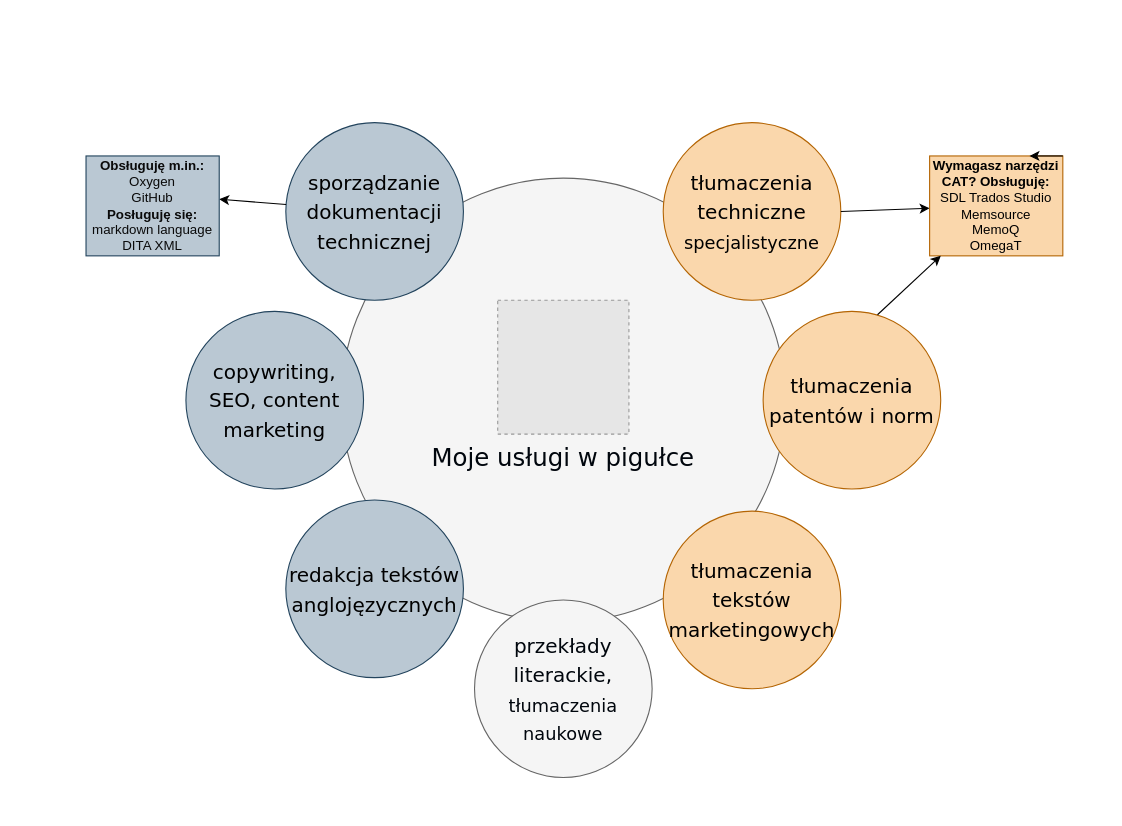
The draw.io diagram Diagram bez tytułu.drawio in AleksandraRadlak/my_wiki, before the edit. Source tidied: cells renumbered, new cells numbered last; positions are measured from the earlier drawing's top-left corner, leaving out a move shared by most shapes. Both pictures are drawn from the tidied source at 111%, with x=0, y=0 at pixel (85, 122). Pictures stored in the file or linked from it are replaced by grey dashed boxes.
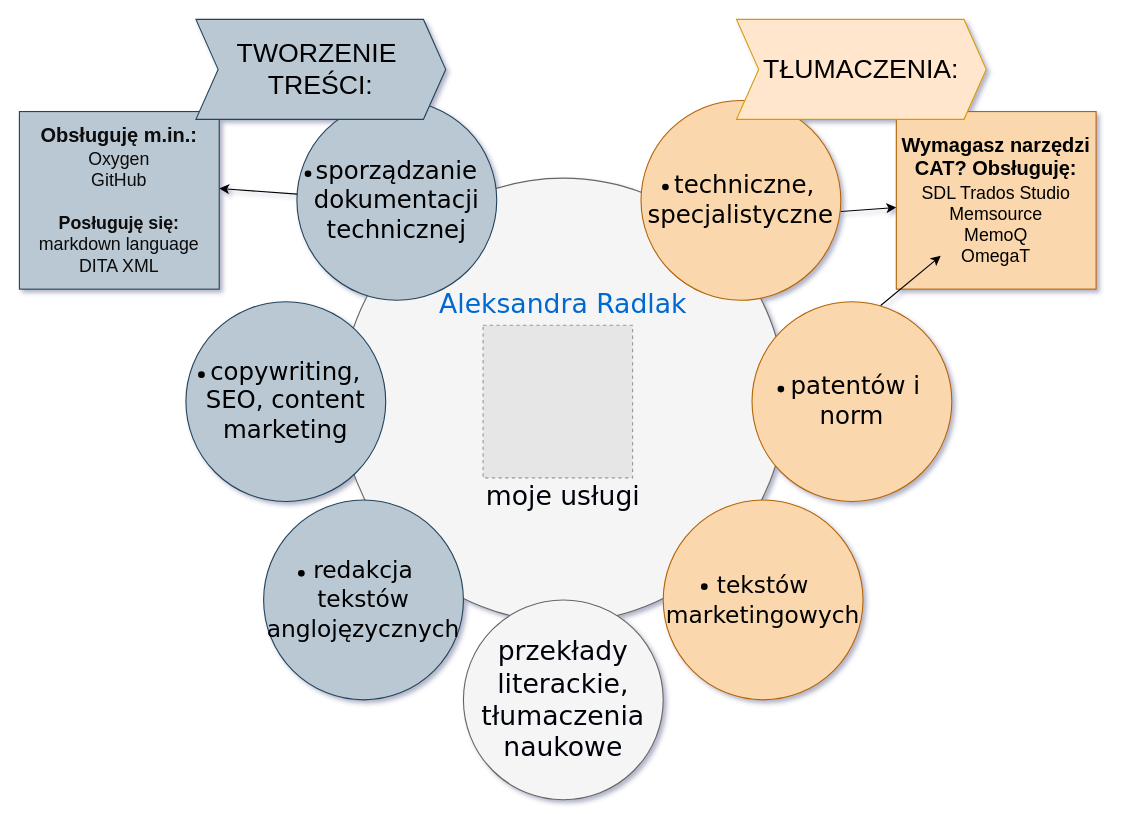
The same page after the edit.

What changed in the source:
```diff
@@
-<mxGraphModel>
+<mxGraphModel background="#FFFFFF" shadow="1">
@@
-    <mxCell id="2" value="&lt;div&gt;&lt;br&gt;&lt;/div&gt;&lt;div&gt;&lt;br&gt;&lt;/div&gt;&lt;div&gt;&lt;br&gt;&lt;/div&gt;&lt;div&gt;&lt;br&gt;&lt;/div&gt;&lt;div&gt;&lt;font color=&quot;#00060d&quot;&gt;Moje usługi w pigułce&lt;br&gt;&lt;/font&gt;&lt;/div&gt;" style="ellipse;whiteSpace=wrap;html=1;rounded=0;shadow=0;dashed=0;comic=0;fontFamily=Verdana;fontSize=22;fontColor=#0069D1;fillColor=#f5f5f5;strokeColor=#666666;" parent="1" vertex="1">
+    <mxCell id="2" value="&lt;div style=&quot;font-size: 24px;&quot;&gt;&lt;font style=&quot;font-size: 24px;&quot;&gt;Aleksandra Radlak&lt;br&gt;&lt;/font&gt;&lt;/div&gt;&lt;div style=&quot;font-size: 24px;&quot;&gt;&lt;font style=&quot;font-size: 24px;&quot; color=&quot;#00060d&quot;&gt;&lt;br&gt;&lt;/font&gt;&lt;/div&gt;&lt;div style=&quot;font-size: 24px;&quot;&gt;&lt;font style=&quot;font-size: 24px;&quot; color=&quot;#00060d&quot;&gt;&lt;br&gt;&lt;/font&gt;&lt;/div&gt;&lt;div style=&quot;font-size: 24px;&quot;&gt;&lt;font style=&quot;font-size: 24px;&quot; color=&quot;#00060d&quot;&gt;&lt;br&gt;&lt;/font&gt;&lt;/div&gt;&lt;div style=&quot;font-size: 24px;&quot;&gt;&lt;font style=&quot;font-size: 24px;&quot; color=&quot;#00060d&quot;&gt;&lt;br&gt;&lt;/font&gt;&lt;/div&gt;&lt;div style=&quot;font-size: 24px;&quot;&gt;&lt;font style=&quot;font-size: 24px;&quot; color=&quot;#00060d&quot;&gt;&lt;br&gt;&lt;/font&gt;&lt;/div&gt;&lt;div style=&quot;font-size: 24px;&quot;&gt;&lt;font style=&quot;font-size: 24px;&quot; color=&quot;#00060d&quot;&gt;moje usługi &lt;br&gt;&lt;/font&gt;&lt;/div&gt;" style="ellipse;whiteSpace=wrap;html=1;rounded=0;shadow=0;dashed=0;comic=0;fontFamily=Verdana;fontSize=22;fontColor=#0069D1;fillColor=#f5f5f5;strokeColor=#666666;" parent="1" vertex="1">
       <mxGeometry x="230" y="50" width="400" height="400" as="geometry" />
     </mxCell>
-    <mxCell id="3" value="&lt;div&gt;&lt;font style=&quot;font-size: 18px;&quot; color=&quot;#00060d&quot;&gt;przekłady literackie,&lt;/font&gt;&lt;/div&gt;&lt;div&gt;&lt;font size=&quot;3&quot; color=&quot;#00060d&quot;&gt;tłumaczenia naukowe&lt;br&gt;&lt;/font&gt;&lt;/div&gt;" style="ellipse;whiteSpace=wrap;html=1;rounded=0;shadow=0;dashed=0;comic=0;fontFamily=Verdana;fontSize=22;fontColor=#0069D1;fillColor=#f5f5f5;strokeColor=#666666;" parent="1" vertex="1">
-      <mxGeometry x="350" y="430" width="160" height="160" as="geometry" />
+    <mxCell id="3" value="&lt;div style=&quot;font-size: 24px;&quot;&gt;&lt;font style=&quot;font-size: 24px;&quot; color=&quot;#00060d&quot;&gt;przekłady literackie,&lt;/font&gt;&lt;/div&gt;&lt;div style=&quot;font-size: 24px;&quot;&gt;&lt;font style=&quot;font-size: 24px;&quot; color=&quot;#00060d&quot;&gt;tłumaczenia naukowe&lt;br&gt;&lt;/font&gt;&lt;/div&gt;" style="ellipse;whiteSpace=wrap;html=1;rounded=0;shadow=0;dashed=0;comic=0;fontFamily=Verdana;fontSize=22;fontColor=#0069D1;fillColor=#f5f5f5;strokeColor=#666666;" parent="1" vertex="1">
+      <mxGeometry x="340" y="430" width="180" height="180" as="geometry" />
     </mxCell>
-    <mxCell id="4" value="&lt;font style=&quot;font-size: 18px;&quot;&gt;tłumaczenia patentów i norm&lt;br&gt;&lt;/font&gt;" style="ellipse;whiteSpace=wrap;html=1;rounded=0;shadow=0;dashed=0;comic=0;fontFamily=Verdana;fontSize=22;fillColor=#fad7ac;strokeColor=#b46504;" parent="1" vertex="1">
-      <mxGeometry x="610" y="170" width="160" height="160" as="geometry" />
+    <mxCell id="4" value="&lt;font style=&quot;font-size: 22px;&quot;&gt;&amp;nbsp;patentów i norm&lt;br&gt;&lt;/font&gt;" style="ellipse;whiteSpace=wrap;html=1;rounded=0;shadow=0;dashed=0;comic=0;fontFamily=Verdana;fontSize=22;fillColor=#fad7ac;strokeColor=#b46504;" parent="1" vertex="1">
+      <mxGeometry x="600" y="161.3" width="180" height="180" as="geometry" />
     </mxCell>
-    <mxCell id="5" value="&lt;font style=&quot;font-size: 18px;&quot;&gt;copywriting, SEO, content marketing&lt;br&gt;&lt;/font&gt;" style="ellipse;whiteSpace=wrap;html=1;rounded=0;shadow=0;dashed=0;comic=0;fontFamily=Verdana;fontSize=22;fillColor=#bac8d3;strokeColor=#23445d;" parent="1" vertex="1">
-      <mxGeometry x="90" y="170" width="160" height="160" as="geometry" />
+    <mxCell id="5" value="&lt;font style=&quot;font-size: 22px;&quot;&gt;copywriting, SEO, content marketing&lt;br&gt;&lt;/font&gt;" style="ellipse;whiteSpace=wrap;html=1;rounded=0;shadow=0;dashed=0;comic=0;fontFamily=Verdana;fontSize=22;fillColor=#bac8d3;strokeColor=#23445d;" parent="1" vertex="1">
+      <mxGeometry x="90" y="161.3" width="180" height="180" as="geometry" />
     </mxCell>
-    <mxCell id="6" value="&lt;div&gt;&lt;font style=&quot;font-size: 18px;&quot;&gt;&lt;br&gt;&lt;/font&gt;&lt;/div&gt;&lt;div&gt;&lt;font style=&quot;font-size: 18px;&quot;&gt;sporządzanie dokumentacji techniczn&lt;/font&gt;&lt;font style=&quot;font-size: 18px;&quot;&gt;ej&lt;/font&gt;&lt;/div&gt;&lt;div&gt;&lt;br&gt;&lt;/div&gt;" style="ellipse;whiteSpace=wrap;html=1;rounded=0;shadow=0;dashed=0;comic=0;fontFamily=Verdana;fontSize=22;fillColor=#bac8d3;strokeColor=#23445d;" parent="1" vertex="1">
-      <mxGeometry x="180" width="160" height="160" as="geometry" />
+    <mxCell id="6" value="&lt;div style=&quot;&quot;&gt;&lt;font style=&quot;font-size: 22px;&quot;&gt;&lt;br&gt;&lt;/font&gt;&lt;/div&gt;&lt;div&gt;&lt;font style=&quot;font-size: 22px;&quot;&gt;sporządzanie dokumentacji techniczn&lt;font style=&quot;font-size: 22px;&quot;&gt;ej&lt;/font&gt;&lt;/font&gt;&lt;/div&gt;&lt;div style=&quot;&quot;&gt;&lt;font style=&quot;font-size: 22px;&quot;&gt;&lt;br&gt;&lt;/font&gt;&lt;/div&gt;" style="ellipse;whiteSpace=wrap;html=1;rounded=0;shadow=0;dashed=0;comic=0;fontFamily=Verdana;fontSize=22;fillColor=#bac8d3;strokeColor=#23445d;" parent="1" vertex="1">
+      <mxGeometry x="190" y="-20" width="180" height="180" as="geometry" />
     </mxCell>
-    <mxCell id="7" value="&lt;div&gt;&lt;font face=&quot;Verdana&quot; style=&quot;font-size: 18px;&quot;&gt;tłumaczenia &lt;/font&gt;&lt;font face=&quot;3_kRnwSZ05rTefSs1a9Z&quot; style=&quot;font-size: 18px;&quot;&gt;techniczne&lt;/font&gt;&lt;/div&gt;&lt;div&gt;&lt;font face=&quot;3_kRnwSZ05rTefSs1a9Z&quot; size=&quot;3&quot;&gt;specjalistyczne&lt;br&gt;&lt;/font&gt;&lt;/div&gt;" style="ellipse;whiteSpace=wrap;html=1;rounded=0;shadow=0;dashed=0;comic=0;fontFamily=Verdana;fontSize=22;fillColor=#fad7ac;strokeColor=#b46504;" parent="1" vertex="1">
-      <mxGeometry x="520" width="160" height="160" as="geometry" />
+    <mxCell id="7" value="&lt;div style=&quot;&quot;&gt;&lt;font style=&quot;font-size: 22px;&quot; face=&quot;Verdana&quot;&gt;&amp;nbsp;&lt;/font&gt;&lt;font style=&quot;font-size: 22px;&quot; face=&quot;3_kRnwSZ05rTefSs1a9Z&quot;&gt;techniczne,&lt;/font&gt;&lt;/div&gt;&lt;div style=&quot;&quot;&gt;&lt;font style=&quot;font-size: 22px;&quot; face=&quot;3_kRnwSZ05rTefSs1a9Z&quot;&gt;specjalistyczne&lt;br&gt;&lt;/font&gt;&lt;/div&gt;" style="ellipse;whiteSpace=wrap;html=1;rounded=0;shadow=0;dashed=0;comic=0;fontFamily=Verdana;fontSize=22;fillColor=#fad7ac;strokeColor=#b46504;" parent="1" vertex="1">
+      <mxGeometry x="500" y="-20" width="180" height="180" as="geometry" />
     </mxCell>
-    <mxCell id="8" value="&lt;font style=&quot;font-size: 18px;&quot;&gt;tłumaczenia tekstów marketingowych&lt;br&gt;&lt;/font&gt;" style="ellipse;whiteSpace=wrap;html=1;rounded=0;shadow=0;dashed=0;comic=0;fontFamily=Verdana;fontSize=22;fillColor=#fad7ac;strokeColor=#b46504;" parent="1" vertex="1">
-      <mxGeometry x="520" y="350" width="160" height="160" as="geometry" />
+    <mxCell id="8" value="&lt;font style=&quot;font-size: 21px;&quot;&gt;tekstów marketingowych&lt;br&gt;&lt;/font&gt;" style="ellipse;whiteSpace=wrap;html=1;rounded=0;shadow=0;dashed=0;comic=0;fontFamily=Verdana;fontSize=22;fillColor=#fad7ac;strokeColor=#b46504;" parent="1" vertex="1">
+      <mxGeometry x="520" y="340" width="180" height="180" as="geometry" />
     </mxCell>
-    <mxCell id="9" value="&lt;font style=&quot;font-size: 12px;&quot;&gt;&lt;font style=&quot;font-size: 18px;&quot;&gt;redakcja tekstów anglojęzycznych&lt;/font&gt;&lt;br&gt;&lt;/font&gt;" style="ellipse;whiteSpace=wrap;html=1;rounded=0;shadow=0;dashed=0;comic=0;fontFamily=Verdana;fontSize=22;fillColor=#bac8d3;strokeColor=#23445d;" parent="1" vertex="1">
-      <mxGeometry x="180" y="340" width="160" height="160" as="geometry" />
+    <mxCell id="9" value="&lt;font style=&quot;font-size: 21px;&quot;&gt;&lt;font style=&quot;font-size: 21px;&quot;&gt;redakcja tekstów anglojęzycznych&lt;/font&gt;&lt;br&gt;&lt;/font&gt;" style="ellipse;whiteSpace=wrap;html=1;rounded=0;shadow=0;dashed=0;comic=0;fontFamily=Verdana;fontSize=22;fillColor=#bac8d3;strokeColor=#23445d;" parent="1" vertex="1">
+      <mxGeometry x="160" y="340" width="180" height="180" as="geometry" />
     </mxCell>
@@
-    <mxCell id="11" value="&lt;font&gt;&lt;b&gt;Wymagasz narzędzi CAT? Obsługuję:&lt;br&gt;&lt;/b&gt;&lt;/font&gt;&lt;div&gt;&lt;font&gt;SDL Trados Studio&lt;/font&gt;&lt;/div&gt;&lt;div&gt;&lt;font&gt;Memsource&lt;/font&gt;&lt;/div&gt;&lt;div&gt;&lt;font&gt;MemoQ&lt;/font&gt;&lt;/div&gt;&lt;div&gt;&lt;font&gt;OmegaT&lt;br&gt;&lt;/font&gt;&lt;/div&gt;" style="rounded=0;whiteSpace=wrap;html=1;fillColor=#fad7ac;strokeColor=#b46504;fontColor=default;" parent="1" vertex="1">
-      <mxGeometry x="760" y="30" width="120" height="90" as="geometry" />
+    <mxCell id="11" value="&lt;font style=&quot;font-size: 18px;&quot;&gt;&lt;b&gt;Wymagasz narzędzi CAT? Obsługuję:&lt;br&gt;&lt;/b&gt;&lt;/font&gt;&lt;div&gt;&lt;font size=&quot;3&quot;&gt;SDL Trados Studio&lt;/font&gt;&lt;/div&gt;&lt;div&gt;&lt;font size=&quot;3&quot;&gt;Memsource&lt;/font&gt;&lt;/div&gt;&lt;div&gt;&lt;font size=&quot;3&quot;&gt;MemoQ&lt;/font&gt;&lt;/div&gt;&lt;div&gt;&lt;font size=&quot;3&quot;&gt;OmegaT&lt;br&gt;&lt;/font&gt;&lt;/div&gt;" style="rounded=0;whiteSpace=wrap;html=1;fillColor=#fad7ac;strokeColor=#b46504;fontColor=default;" parent="1" vertex="1">
+      <mxGeometry x="730" y="-10" width="180" height="160" as="geometry" />
     </mxCell>
-    <mxCell id="12" style="edgeStyle=orthogonalEdgeStyle;rounded=0;orthogonalLoop=1;jettySize=auto;html=1;exitX=1;exitY=0;exitDx=0;exitDy=0;entryX=0.75;entryY=0;entryDx=0;entryDy=0;" parent="1" edge="1" source="11" target="11">
-      <mxGeometry relative="1" as="geometry" />
-    </mxCell>
@@
-    <mxCell id="14" value="&lt;font&gt;&lt;b&gt;Obsługuję m.in.:&lt;br&gt;&lt;/b&gt;&lt;/font&gt;&lt;div&gt;&lt;font&gt;Oxygen&lt;br&gt;&lt;/font&gt;&lt;/div&gt;&lt;div&gt;&lt;font&gt;GitHub&lt;/font&gt;&lt;/div&gt;&lt;div&gt;&lt;font&gt;&lt;b&gt;Posługuję się:&lt;br&gt;&lt;/b&gt;&lt;/font&gt;&lt;/div&gt;&lt;div&gt;&lt;font&gt;markdown language&lt;/font&gt;&lt;/div&gt;&lt;div&gt;&lt;font&gt;DITA XML&lt;/font&gt;&lt;br&gt;&lt;/div&gt;" style="rounded=0;whiteSpace=wrap;html=1;fillColor=#bac8d3;strokeColor=#23445d;fontColor=#0A0A0A;" parent="1" vertex="1">
-      <mxGeometry y="30" width="120" height="90" as="geometry" />
+    <mxCell id="14" value="&lt;font style=&quot;font-size: 18px;&quot;&gt;&lt;b&gt;Obsługuję m.in.:&lt;br&gt;&lt;/b&gt;&lt;/font&gt;&lt;div&gt;&lt;font size=&quot;3&quot;&gt;Oxygen&lt;br&gt;&lt;/font&gt;&lt;/div&gt;&lt;div&gt;&lt;font size=&quot;3&quot;&gt;GitHub&lt;/font&gt;&lt;/div&gt;&lt;div&gt;&lt;font size=&quot;3&quot;&gt;&lt;br&gt;&lt;/font&gt;&lt;/div&gt;&lt;div&gt;&lt;font size=&quot;3&quot;&gt;&lt;b&gt;Posługuję się:&lt;br&gt;&lt;/b&gt;&lt;/font&gt;&lt;/div&gt;&lt;div&gt;&lt;font size=&quot;3&quot;&gt;markdown language&lt;/font&gt;&lt;/div&gt;&lt;div&gt;&lt;font size=&quot;3&quot;&gt;DITA XML&lt;br&gt;&lt;/font&gt;&lt;/div&gt;" style="rounded=0;whiteSpace=wrap;html=1;fillColor=#bac8d3;strokeColor=#23445d;fontColor=#0A0A0A;" parent="1" vertex="1">
+      <mxGeometry x="-60" y="-10" width="180" height="160" as="geometry" />
     </mxCell>
@@
     <mxCell id="16" style="fillColor=#E6E6E6;strokeColor=#999999;dashed=1;verticalLabelPosition=bottom;labelBackgroundColor=default;verticalAlign=top;" parent="1" vertex="1">
-      <mxGeometry x="370.9" y="160" width="118.2" height="120.6" as="geometry" />
+      <mxGeometry x="357.7" y="182.5" width="134.7" height="137.5" as="geometry" />
     </mxCell>
+    <mxCell id="17" value="&lt;div&gt;&lt;font style=&quot;font-size: 24px;&quot;&gt;TWORZENIE&amp;nbsp;&lt;/font&gt;&lt;/div&gt;&lt;div&gt;&lt;font style=&quot;font-size: 24px;&quot;&gt;TREŚCI:&lt;/font&gt;&lt;/div&gt;" style="shape=step;perimeter=stepPerimeter;whiteSpace=wrap;html=1;fixedSize=1;fillColor=#bac8d3;strokeColor=#23445d;" parent="1" vertex="1">
+      <mxGeometry x="99" y="-93" width="225" height="90" as="geometry" />
+    </mxCell>
+    <mxCell id="18" value="&lt;font style=&quot;font-size: 24px;&quot;&gt;TŁUMACZENIA:&lt;/font&gt;" style="shape=step;perimeter=stepPerimeter;whiteSpace=wrap;html=1;fixedSize=1;fillColor=#ffe6cc;strokeColor=#d79b00;" parent="1" vertex="1">
+      <mxGeometry x="586" y="-93" width="225" height="90" as="geometry" />
+    </mxCell>
+    <mxCell id="19" style="shape=waypoint;sketch=0;fillStyle=solid;size=6;fillColor=none;perimeter=centerPerimeter;" parent="1" vertex="1">
+      <mxGeometry x="512" y="48" width="20" height="20" as="geometry" />
+    </mxCell>
+    <mxCell id="20" style="shape=waypoint;sketch=0;fillStyle=solid;size=6;fillColor=none;perimeter=centerPerimeter;" parent="1" vertex="1">
+      <mxGeometry x="616" y="230" width="20" height="20" as="geometry" />
+    </mxCell>
+    <mxCell id="21" style="shape=waypoint;sketch=0;fillStyle=solid;size=6;fillColor=none;perimeter=centerPerimeter;" parent="1" vertex="1">
+      <mxGeometry x="547" y="408" width="20" height="20" as="geometry" />
+    </mxCell>
+    <mxCell id="22" style="shape=waypoint;sketch=0;fillStyle=solid;size=6;fillColor=none;perimeter=centerPerimeter;" parent="1" vertex="1">
+      <mxGeometry x="190" y="36" width="20" height="20" as="geometry" />
+    </mxCell>
+    <mxCell id="23" style="shape=waypoint;sketch=0;fillStyle=solid;size=6;fillColor=none;perimeter=centerPerimeter;" parent="1" vertex="1">
+      <mxGeometry x="94" y="217" width="20" height="20" as="geometry" />
+    </mxCell>
+    <mxCell id="24" style="shape=waypoint;sketch=0;fillStyle=solid;size=6;fillColor=none;perimeter=centerPerimeter;" parent="1" vertex="1">
+      <mxGeometry x="184" y="396" width="20" height="20" as="geometry" />
+    </mxCell>
```
